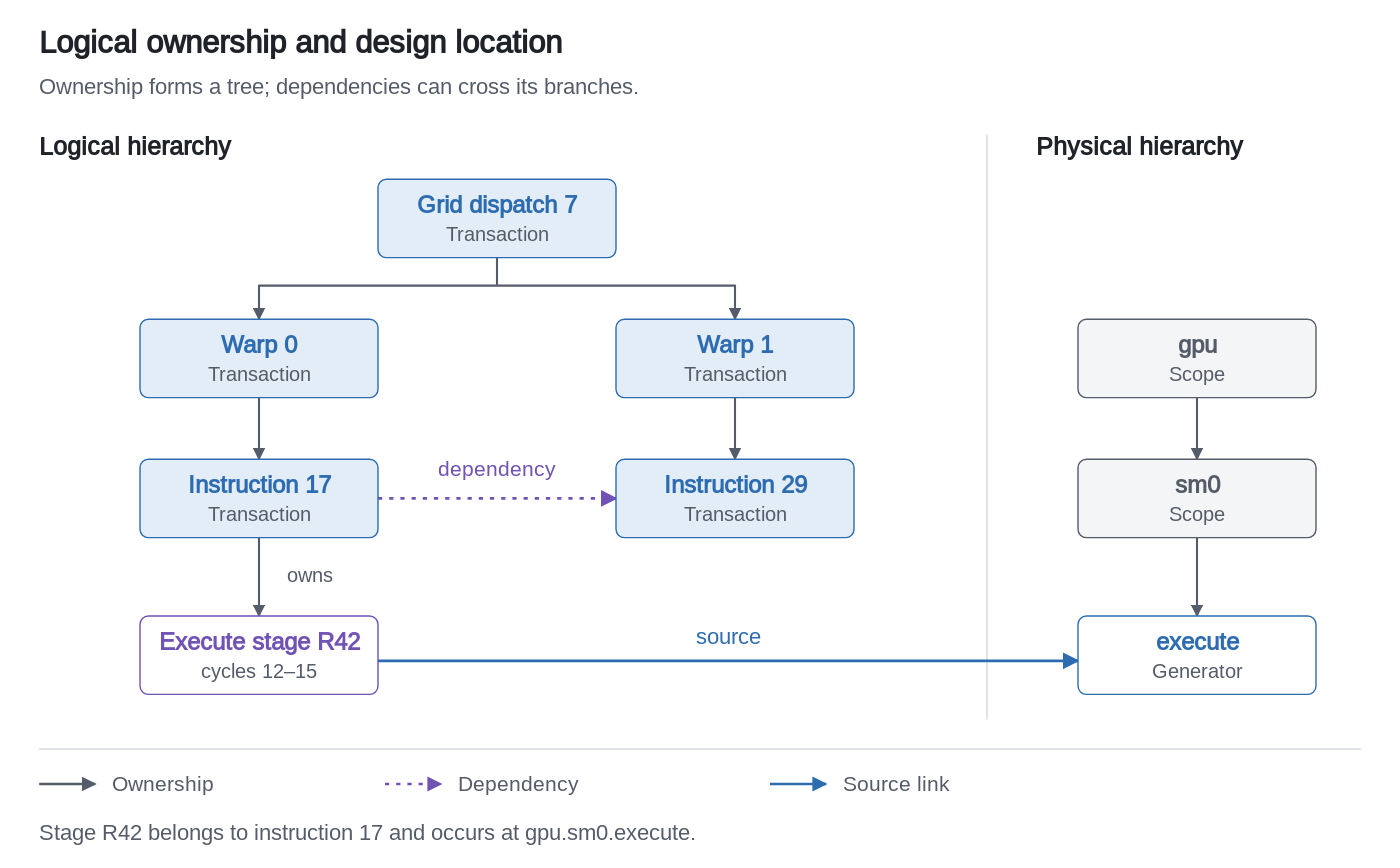
ripopov/vtr keeps this draw.io diagram as vtr/docs/diagrams/logical-hierarchy.drawio.svg. Above is the earlier version. Source tidied: cells renumbered, new cells last; positions are measured from the earlier drawing's top-left corner, leaving out a move shared by most shapes.
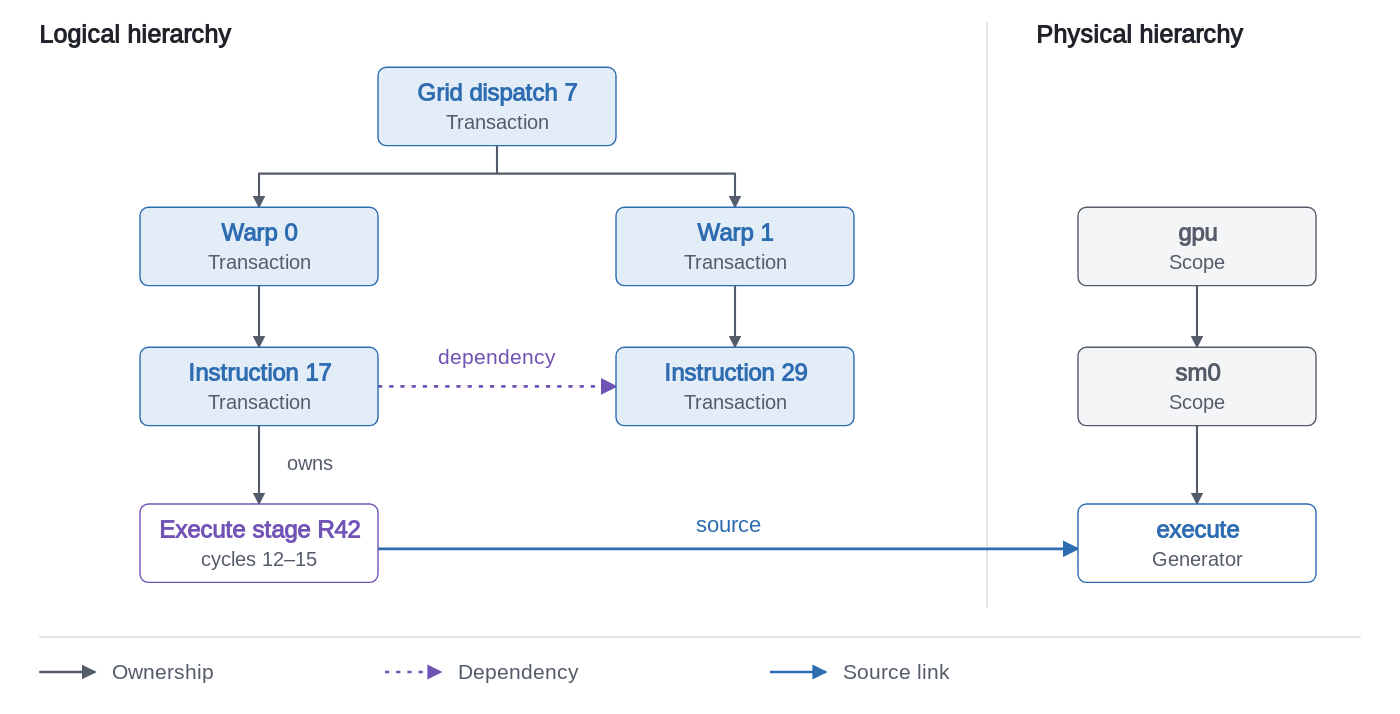
The same diagram one commit later.

Commit message:
docs: illustrate logging metadata and simplify rationale diagrams

What changed in the source:
```diff
@@ -3,14 +3,8 @@
     <mxCell id="0" />
     <mxCell id="1" parent="0" />
     <mxCell id="2" style="rounded=1;arcSize=6;absoluteArcSize=1;fillColor=#ffffff;strokeColor=#ffffff;html=0;" parent="1" vertex="1">
-      <mxGeometry width="1000" height="620" as="geometry" />
+      <mxGeometry y="80" width="1000" height="510" as="geometry" />
     </mxCell>
-    <mxCell id="3" value="Logical ownership and design location" style="text;html=0;align=left;verticalAlign=middle;spacing=0;whiteSpace=wrap;overflow=visible;fontFamily=Inter;fontSize=22;fontColor=#1f2228;fontStyle=1;" parent="1" vertex="1">
-      <mxGeometry x="28" y="16" width="470" height="28.6" as="geometry" />
-    </mxCell>
-    <mxCell id="4" value="Ownership forms a tree; dependencies can cross its branches." style="text;html=0;align=left;verticalAlign=middle;spacing=0;whiteSpace=wrap;overflow=visible;fontFamily=Inter;fontSize=16;fontColor=#555c69;fontStyle=0;" parent="1" vertex="1">
-      <mxGeometry x="28" y="51" width="553.2" height="20.8" as="geometry" />
-    </mxCell>
     <mxCell id="5" style="edgeStyle=none;endArrow=none;endFill=1;endSize=7;startArrow=none;rounded=0;strokeColor=#d4d8df;strokeWidth=1;dashed=0;dashPattern=3 5;html=0;" parent="1" edge="1">
       <mxGeometry relative="1" as="geometry">
         <mxPoint x="705" y="96" as="sourcePoint" />
@@ -207,8 +201,5 @@
     <mxCell id="53" value="Source link" style="text;html=0;align=left;verticalAlign=middle;spacing=0;whiteSpace=wrap;overflow=visible;fontFamily=Inter;fontSize=15;fontColor=#555c69;fontStyle=0;" parent="1" vertex="1">
       <mxGeometry x="602" y="550" width="100" height="19.5" as="geometry" />
     </mxCell>
-    <mxCell id="54" value="Stage R42 belongs to instruction 17 and occurs at gpu.sm0.execute." style="text;html=0;align=left;verticalAlign=middle;spacing=0;whiteSpace=wrap;overflow=visible;fontFamily=Inter;fontSize=16;fontColor=#555c69;fontStyle=0;" parent="1" vertex="1">
-      <mxGeometry x="28" y="584" width="607.9" height="20.8" as="geometry" />
-    </mxCell>
   </root>
 </mxGraphModel>
```
